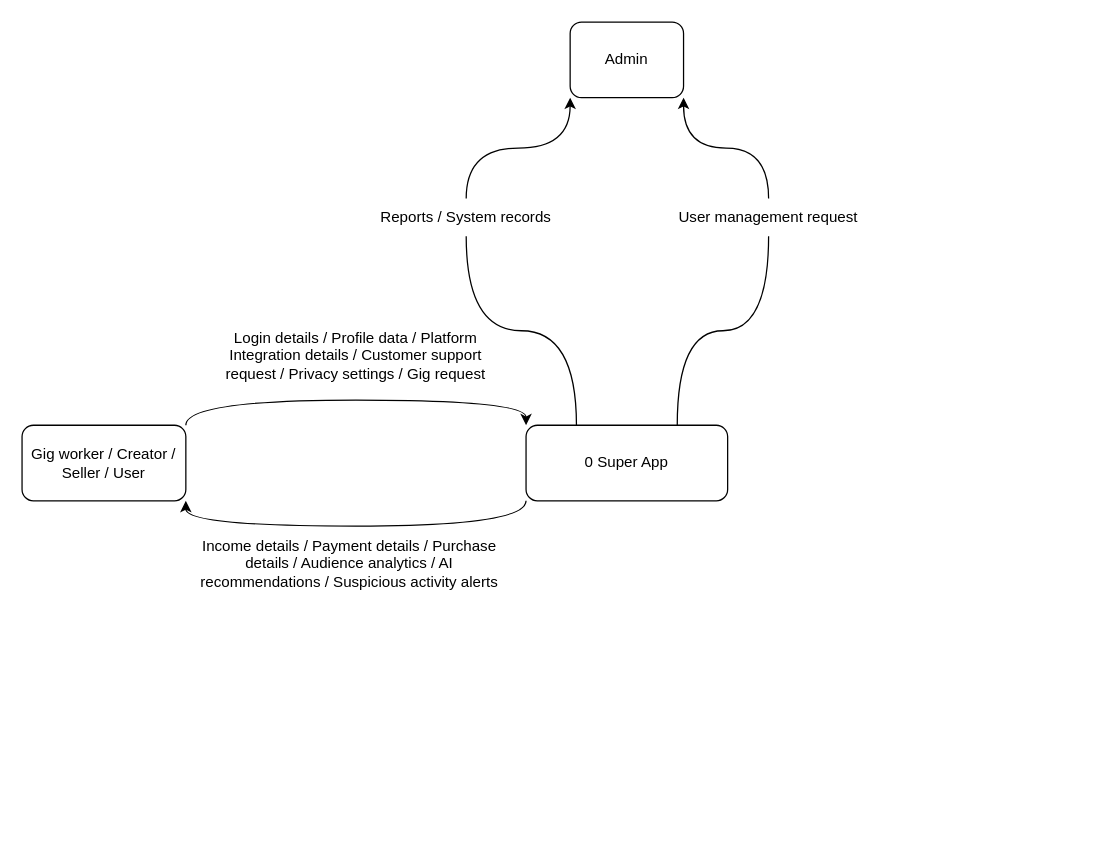
Before: System Design and Analysis/Level 0 DFD.drawio in NamraLazfim/Assignments, a draw.io diagram. Source tidied: cells renumbered, new cells numbered last; positions are measured from the earlier drawing's top-left corner, leaving out a move shared by most shapes. Both pictures are drawn from the tidied source at 126%, with x=0, y=0 at pixel (21, 21).
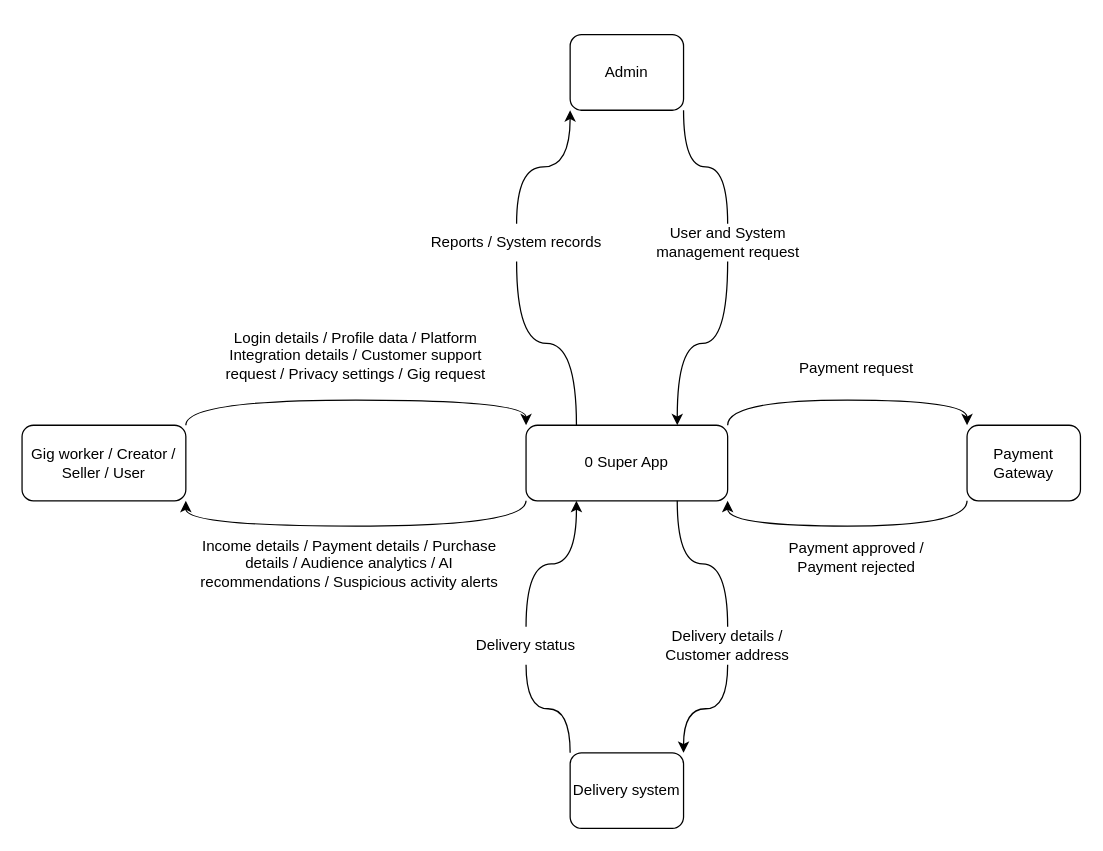
The same diagram, later.

Commit message (it also covers changes not shown here):
Edit Level 0 DFD

Unchanged cells that the change refers to:
```xml
<mxCell id="7" value="0 Super App" style="rounded=1;whiteSpace=wrap;html=1;" parent="1" vertex="1">
  <mxGeometry x="400" y="320" width="160" height="60" as="geometry" />
</mxCell>
```

Change to the diagram source:
```diff
@@
-    <mxCell id="6" style="edgeStyle=orthogonalEdgeStyle;rounded=0;jettySize=auto;html=1;exitX=0.5;exitY=0;exitDx=0;exitDy=0;entryX=1;entryY=1;entryDx=0;entryDy=0;curved=1;" parent="1" edge="1" source="14" target="10">
+    <mxCell id="6" style="edgeStyle=orthogonalEdgeStyle;rounded=0;jettySize=auto;html=1;exitX=0.5;exitY=0;exitDx=0;exitDy=0;entryX=1;entryY=1;entryDx=0;entryDy=0;curved=1;endArrow=none;endFill=0;" parent="1" edge="1" source="14" target="10">
       <mxGeometry relative="1" as="geometry" />
     </mxCell>
+    <mxCell id="15" style="edgeStyle=orthogonalEdgeStyle;rounded=0;jettySize=auto;html=1;entryX=0;entryY=0;entryDx=0;entryDy=0;exitX=1;exitY=0;exitDx=0;exitDy=0;curved=1;" parent="1" edge="1" source="7" target="19">
+      <mxGeometry relative="1" as="geometry" />
+    </mxCell>
+    <mxCell id="16" style="edgeStyle=orthogonalEdgeStyle;rounded=0;jettySize=auto;html=1;exitX=1;exitY=1;exitDx=0;exitDy=0;entryX=0;entryY=1;entryDx=0;entryDy=0;curved=1;endArrow=none;endFill=0;startArrow=classic;startFill=1;" parent="1" edge="1" source="7" target="19">
+      <mxGeometry relative="1" as="geometry" />
+    </mxCell>
+    <mxCell id="17" style="edgeStyle=orthogonalEdgeStyle;rounded=0;jettySize=auto;html=1;exitX=0.5;exitY=1;exitDx=0;exitDy=0;entryX=0;entryY=0;entryDx=0;entryDy=0;curved=1;endArrow=none;endFill=0;" parent="1" edge="1" source="26" target="22">
+      <mxGeometry relative="1" as="geometry" />
+    </mxCell>
+    <mxCell id="18" style="edgeStyle=orthogonalEdgeStyle;rounded=0;jettySize=auto;html=1;exitX=0.5;exitY=1;exitDx=0;exitDy=0;entryX=1;entryY=0;entryDx=0;entryDy=0;curved=1;" parent="1" edge="1" source="24" target="22">
+      <mxGeometry relative="1" as="geometry" />
+    </mxCell>
@@
     <mxCell id="10" value="Admin" style="rounded=1;whiteSpace=wrap;html=1;" parent="1" vertex="1">
-      <mxGeometry x="435" width="90" height="60" as="geometry" />
+      <mxGeometry x="435" y="10" width="90" height="60" as="geometry" />
     </mxCell>
@@
     <mxCell id="12" value="Reports / System records" style="text;html=1;whiteSpace=wrap;strokeColor=none;fillColor=none;align=center;verticalAlign=middle;rounded=0;" parent="1" vertex="1">
-      <mxGeometry x="280" y="140" width="145" height="30" as="geometry" />
+      <mxGeometry x="320" y="160" width="145" height="30" as="geometry" />
     </mxCell>
-    <mxCell id="13" style="edgeStyle=orthogonalEdgeStyle;rounded=0;jettySize=auto;html=1;exitX=0.75;exitY=0;exitDx=0;exitDy=0;entryX=0.5;entryY=1;entryDx=0;entryDy=0;endArrow=none;endFill=0;curved=1;" parent="1" edge="1" source="7" target="14">
+    <mxCell id="13" style="edgeStyle=orthogonalEdgeStyle;rounded=0;jettySize=auto;html=1;exitX=0.75;exitY=0;exitDx=0;exitDy=0;entryX=0.5;entryY=1;entryDx=0;entryDy=0;endArrow=none;endFill=0;curved=1;startArrow=classic;startFill=1;" parent="1" edge="1" source="7" target="14">
       <mxGeometry relative="1" as="geometry" />
     </mxCell>
-    <mxCell id="14" value="User management request" style="text;html=1;whiteSpace=wrap;strokeColor=none;fillColor=none;align=center;verticalAlign=middle;rounded=0;" parent="1" vertex="1">
-      <mxGeometry x="520" y="140" width="145" height="30" as="geometry" />
+    <mxCell id="14" value="User and System management request" style="text;html=1;whiteSpace=wrap;strokeColor=none;fillColor=none;align=center;verticalAlign=middle;rounded=0;" parent="1" vertex="1">
+      <mxGeometry x="487.5" y="160" width="145" height="30" as="geometry" />
     </mxCell>
+    <mxCell id="19" value="Payment Gateway" style="rounded=1;whiteSpace=wrap;html=1;" parent="1" vertex="1">
+      <mxGeometry x="750" y="320" width="90" height="60" as="geometry" />
+    </mxCell>
+    <mxCell id="20" value="Payment request" style="text;html=1;whiteSpace=wrap;strokeColor=none;fillColor=none;align=center;verticalAlign=middle;rounded=0;" parent="1" vertex="1">
+      <mxGeometry x="590" y="260" width="145" height="30" as="geometry" />
+    </mxCell>
+    <mxCell id="21" value="Payment approved / Payment rejected" style="text;html=1;whiteSpace=wrap;strokeColor=none;fillColor=none;align=center;verticalAlign=middle;rounded=0;" parent="1" vertex="1">
+      <mxGeometry x="590" y="410" width="145" height="30" as="geometry" />
+    </mxCell>
+    <mxCell id="22" value="Delivery system" style="rounded=1;whiteSpace=wrap;html=1;" parent="1" vertex="1">
+      <mxGeometry x="435" y="580" width="90" height="60" as="geometry" />
+    </mxCell>
+    <mxCell id="23" style="edgeStyle=orthogonalEdgeStyle;rounded=0;jettySize=auto;html=1;exitX=0.75;exitY=1;exitDx=0;exitDy=0;entryX=0.5;entryY=0;entryDx=0;entryDy=0;curved=1;endArrow=none;endFill=0;" parent="1" edge="1" source="7" target="24">
+      <mxGeometry relative="1" as="geometry" />
+    </mxCell>
+    <mxCell id="24" value="Delivery details / Customer address" style="text;html=1;whiteSpace=wrap;strokeColor=none;fillColor=none;align=center;verticalAlign=middle;rounded=0;" parent="1" vertex="1">
+      <mxGeometry x="500" y="480" width="120" height="30" as="geometry" />
+    </mxCell>
+    <mxCell id="25" style="edgeStyle=orthogonalEdgeStyle;rounded=0;jettySize=auto;html=1;exitX=0.25;exitY=1;exitDx=0;exitDy=0;entryX=0.5;entryY=0;entryDx=0;entryDy=0;curved=1;endArrow=none;endFill=0;startArrow=classic;startFill=1;" parent="1" edge="1" source="7" target="26">
+      <mxGeometry relative="1" as="geometry" />
+    </mxCell>
+    <mxCell id="26" value="Delivery status" style="text;html=1;whiteSpace=wrap;strokeColor=none;fillColor=none;align=center;verticalAlign=middle;rounded=0;" parent="1" vertex="1">
+      <mxGeometry x="350" y="480" width="100" height="30" as="geometry" />
+    </mxCell>
```
